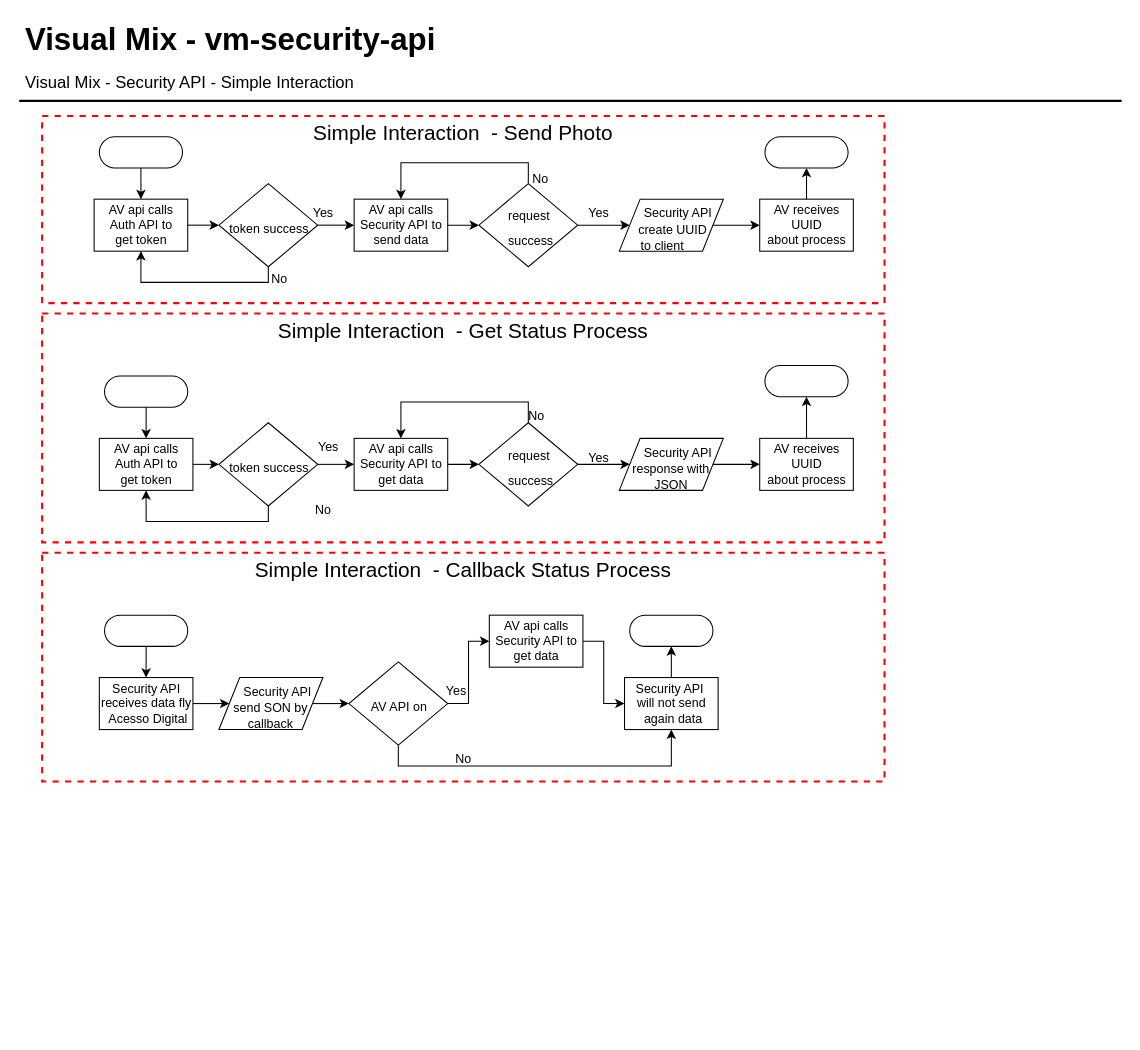
This is page "Simple Interaction" (2 of 5) of vm-security.drawio from Wiu0/diagram, a draw.io file, before an edit. Source tidied: cells renumbered, new cells numbered last; positions are measured from the earlier drawing's top-left corner, leaving out a move shared by most shapes. Both pictures are drawn from the tidied source at 104%, with x=0, y=0 at pixel (19, 18).
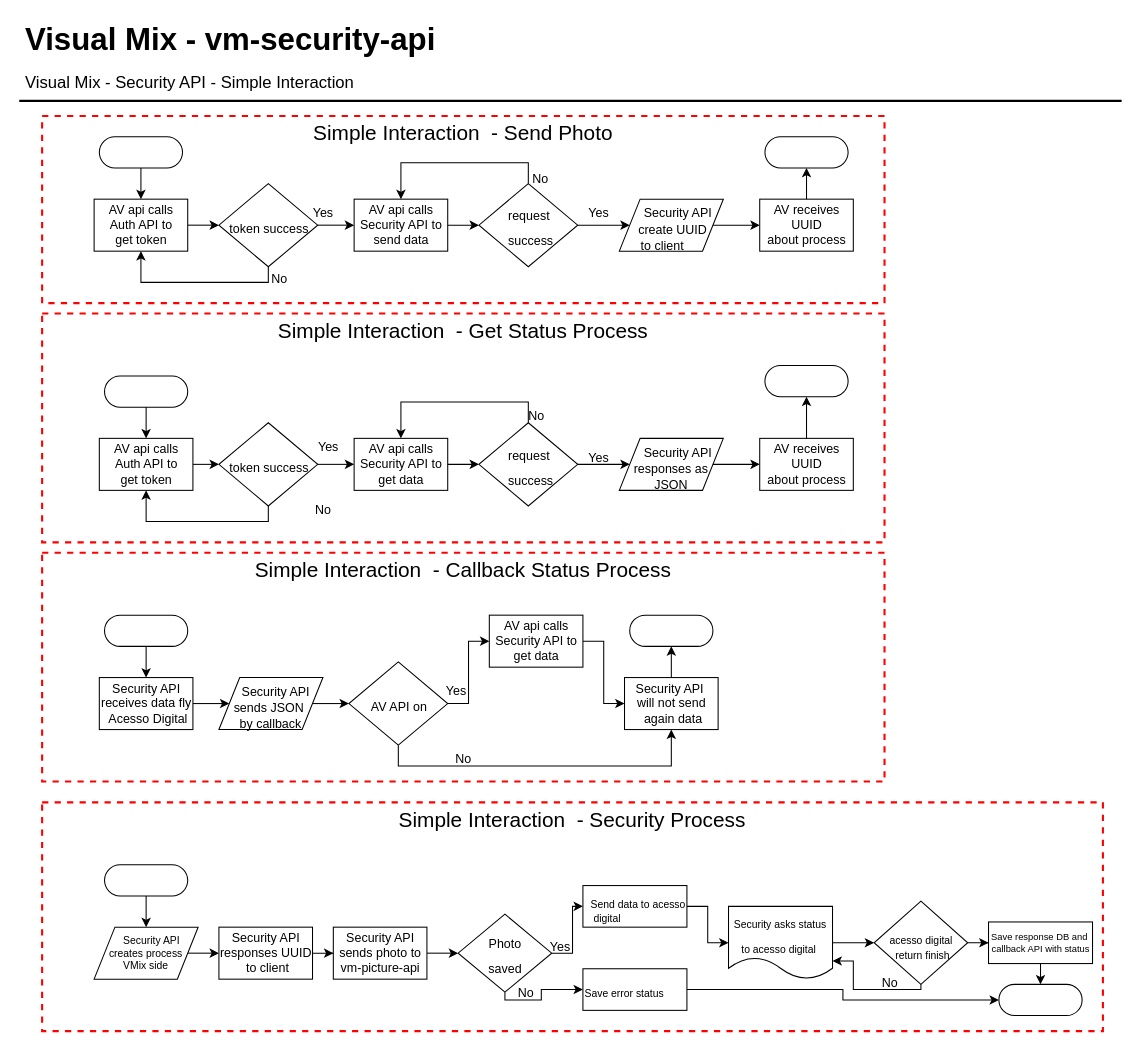
The same diagram, later.

Unchanged cells that the change refers to:
```xml
<mxCell id="30" value="Simple Interaction &amp;nbsp;- Get Status Process" style="fontStyle=0;verticalAlign=top;align=center;spacingTop=-2;fillColor=none;rounded=0;whiteSpace=wrap;html=1;strokeColor=#FF0000;strokeWidth=2;dashed=1;fontSize=20;" parent="1" vertex="1">
  <mxGeometry x="22" y="284" width="810" height="220" as="geometry" />
</mxCell>
<mxCell id="52" value="Simple Interaction &amp;nbsp;- Callback Status Process" style="fontStyle=0;verticalAlign=top;align=center;spacingTop=-2;fillColor=none;rounded=0;whiteSpace=wrap;html=1;strokeColor=#FF0000;strokeWidth=2;dashed=1;fontSize=20;" parent="1" vertex="1">
  <mxGeometry x="22" y="514" width="810" height="220" as="geometry" />
</mxCell>
```

Diff of the diagram source:
```diff
@@
-    <mxCell id="34" value="&lt;div&gt;&lt;span style=&quot;font-size: 12px&quot;&gt;&amp;nbsp; &amp;nbsp; Security API&lt;/span&gt;&lt;/div&gt;&lt;font style=&quot;font-size: 12px&quot;&gt;&lt;div&gt;response with JSON&lt;/div&gt;&lt;/font&gt;" style="shape=parallelogram;perimeter=parallelogramPerimeter;whiteSpace=wrap;html=1;dashed=0;fontSize=20;align=center;" parent="30" vertex="1">
+    <mxCell id="34" value="&lt;div&gt;&lt;span style=&quot;font-size: 12px&quot;&gt;&amp;nbsp; &amp;nbsp; Security API&lt;/span&gt;&lt;/div&gt;&lt;font style=&quot;font-size: 12px&quot;&gt;&lt;div&gt;responses as JSON&lt;/div&gt;&lt;/font&gt;" style="shape=parallelogram;perimeter=parallelogramPerimeter;whiteSpace=wrap;html=1;dashed=0;fontSize=20;align=center;" parent="30" vertex="1">
       <mxGeometry x="555" y="120" width="100" height="50" as="geometry" />
     </mxCell>
@@
-    <mxCell id="55" value="&lt;div&gt;&lt;span style=&quot;font-size: 12px&quot;&gt;&amp;nbsp; &amp;nbsp; Security API&lt;/span&gt;&lt;/div&gt;&lt;font style=&quot;font-size: 12px&quot;&gt;&lt;div&gt;send SON by callback&lt;/div&gt;&lt;/font&gt;" style="shape=parallelogram;perimeter=parallelogramPerimeter;whiteSpace=wrap;html=1;dashed=0;fontSize=20;align=center;" parent="52" vertex="1">
+    <mxCell id="55" value="&lt;div&gt;&lt;span style=&quot;font-size: 12px&quot;&gt;&amp;nbsp; &amp;nbsp;Security API&lt;/span&gt;&lt;/div&gt;&lt;font style=&quot;font-size: 12px&quot;&gt;&lt;div&gt;sends JSON&amp;nbsp;&lt;/div&gt;&lt;div&gt;by callback&lt;/div&gt;&lt;/font&gt;" style="shape=parallelogram;perimeter=parallelogramPerimeter;whiteSpace=wrap;html=1;dashed=0;fontSize=20;align=center;" parent="52" vertex="1">
       <mxGeometry x="170" y="120" width="100" height="50" as="geometry" />
     </mxCell>
@@
+    <mxCell id="69" value="Simple Interaction &amp;nbsp;- Security Process" style="fontStyle=0;verticalAlign=top;align=center;spacingTop=-2;fillColor=none;rounded=0;whiteSpace=wrap;html=1;strokeColor=#FF0000;strokeWidth=2;dashed=1;fontSize=20;" parent="1" vertex="1">
+      <mxGeometry x="22" y="754" width="1020" height="220" as="geometry" />
+    </mxCell>
+    <mxCell id="70" style="html=1;dashed=0;whitespace=wrap;shape=mxgraph.dfd.start;" parent="69" vertex="1">
+      <mxGeometry x="920" y="175" width="80" height="30" as="geometry" />
+    </mxCell>
+    <mxCell id="71" style="edgeStyle=orthogonalEdgeStyle;rounded=0;jettySize=auto;html=1;exitX=1;exitY=0.5;exitDx=0;exitDy=0;entryX=0;entryY=0.5;entryDx=0;entryDy=0;fontSize=20;" parent="69" edge="1" source="72" target="76">
+      <mxGeometry relative="1" as="geometry" />
+    </mxCell>
+    <mxCell id="72" value="&lt;div style=&quot;font-size: 10px&quot;&gt;&lt;font style=&quot;font-size: 10px&quot;&gt;&lt;br&gt;&lt;/font&gt;&lt;/div&gt;&lt;div style=&quot;font-size: 10px&quot;&gt;&lt;font style=&quot;font-size: 10px&quot;&gt;&amp;nbsp; &amp;nbsp; Security API&lt;/font&gt;&lt;/div&gt;&lt;font style=&quot;font-size: 10px&quot;&gt;&lt;div&gt;&lt;font style=&quot;font-size: 10px&quot;&gt;creates process&lt;/font&gt;&lt;/div&gt;&lt;div&gt;&lt;font style=&quot;font-size: 10px&quot;&gt;VMix side&lt;/font&gt;&lt;/div&gt;&lt;div&gt;&lt;br&gt;&lt;/div&gt;&lt;/font&gt;" style="shape=parallelogram;perimeter=parallelogramPerimeter;whiteSpace=wrap;html=1;dashed=0;fontSize=20;align=center;" parent="69" vertex="1">
+      <mxGeometry x="50" y="120" width="100" height="50" as="geometry" />
+    </mxCell>
+    <mxCell id="73" style="html=1;dashed=0;whitespace=wrap;shape=mxgraph.dfd.start;" parent="69" vertex="1">
+      <mxGeometry x="60" y="60" width="80" height="30" as="geometry" />
+    </mxCell>
+    <mxCell id="74" style="edgeStyle=orthogonalEdgeStyle;rounded=0;jettySize=auto;html=1;exitX=0.5;exitY=0.5;exitDx=0;exitDy=15;exitPerimeter=0;" parent="69" edge="1" source="73" target="72">
+      <mxGeometry relative="1" as="geometry" />
+    </mxCell>
+    <mxCell id="75" style="edgeStyle=orthogonalEdgeStyle;rounded=0;jettySize=auto;html=1;exitX=1;exitY=0.5;exitDx=0;exitDy=0;fontSize=20;" parent="69" edge="1" source="76" target="78">
+      <mxGeometry relative="1" as="geometry" />
+    </mxCell>
+    <mxCell id="76" value="Security API&lt;br&gt;responses UUID&lt;br&gt;&amp;nbsp;to client" style="html=1;dashed=0;whitespace=wrap;" parent="69" vertex="1">
+      <mxGeometry x="170" y="120" width="90" height="50" as="geometry" />
+    </mxCell>
+    <mxCell id="77" style="edgeStyle=orthogonalEdgeStyle;rounded=0;jettySize=auto;html=1;exitX=1;exitY=0.5;exitDx=0;exitDy=0;entryX=0;entryY=0.5;entryDx=0;entryDy=0;fontSize=20;" parent="69" edge="1" source="78" target="81">
+      <mxGeometry relative="1" as="geometry" />
+    </mxCell>
+    <mxCell id="78" value="Security API&lt;br&gt;sends photo to &lt;br&gt;vm-picture-api" style="html=1;dashed=0;whitespace=wrap;" parent="69" vertex="1">
+      <mxGeometry x="280" y="120" width="90" height="50" as="geometry" />
+    </mxCell>
+    <mxCell id="79" style="edgeStyle=orthogonalEdgeStyle;rounded=0;jettySize=auto;html=1;exitX=1;exitY=0.5;exitDx=0;exitDy=0;entryX=0;entryY=0.5;entryDx=0;entryDy=0;fontSize=20;" parent="69" edge="1" source="81" target="83">
+      <mxGeometry relative="1" as="geometry" />
+    </mxCell>
+    <mxCell id="80" style="edgeStyle=orthogonalEdgeStyle;rounded=0;jettySize=auto;html=1;exitX=0.5;exitY=1;exitDx=0;exitDy=0;entryX=0;entryY=0.5;entryDx=0;entryDy=0;fontSize=20;" parent="69" edge="1" source="81" target="85">
+      <mxGeometry relative="1" as="geometry">
+        <Array as="points">
+          <mxPoint x="445" y="190" />
+          <mxPoint x="480" y="190" />
+          <mxPoint x="480" y="180" />
+        </Array>
+      </mxGeometry>
+    </mxCell>
+    <mxCell id="81" value="&lt;span style=&quot;font-size: 12px&quot;&gt;Photo &lt;br&gt;saved&lt;/span&gt;" style="shape=rhombus;html=1;dashed=0;whitespace=wrap;perimeter=rhombusPerimeter;fontSize=20;" parent="69" vertex="1">
+      <mxGeometry x="400" y="107.5" width="90" height="75" as="geometry" />
+    </mxCell>
+    <mxCell id="82" style="edgeStyle=orthogonalEdgeStyle;rounded=0;jettySize=auto;html=1;exitX=1;exitY=0.5;exitDx=0;exitDy=0;fontSize=20;" parent="69" edge="1" source="83" target="91">
+      <mxGeometry relative="1" as="geometry" />
+    </mxCell>
+    <mxCell id="83" value="&lt;div style=&quot;text-align: justify&quot;&gt;&lt;span style=&quot;font-size: 10px&quot;&gt;Send data to acesso&lt;/span&gt;&lt;/div&gt;&lt;font style=&quot;font-size: 10px&quot;&gt;&lt;div style=&quot;text-align: justify&quot;&gt;&amp;nbsp;digital&lt;/div&gt;&lt;/font&gt;" style="html=1;dashed=0;whitespace=wrap;fontSize=20;align=right;" parent="69" vertex="1">
+      <mxGeometry x="520" y="80" width="100" height="40" as="geometry" />
+    </mxCell>
+    <mxCell id="84" style="edgeStyle=orthogonalEdgeStyle;rounded=0;jettySize=auto;html=1;exitX=1;exitY=0.5;exitDx=0;exitDy=0;fontSize=20;" parent="69" edge="1" source="85" target="70">
+      <mxGeometry relative="1" as="geometry" />
+    </mxCell>
+    <mxCell id="85" value="&lt;div&gt;&lt;font size=&quot;1&quot;&gt;Save error status&lt;/font&gt;&lt;/div&gt;" style="html=1;dashed=0;whitespace=wrap;fontSize=20;align=left;" parent="69" vertex="1">
+      <mxGeometry x="520" y="160" width="100" height="40" as="geometry" />
+    </mxCell>
+    <mxCell id="86" value="&lt;font style=&quot;font-size: 12px&quot;&gt;Yes&lt;/font&gt;" style="text;html=1;align=center;verticalAlign=middle;fontSize=20;" parent="69" vertex="1">
+      <mxGeometry x="478" y="120" width="40" height="30" as="geometry" />
+    </mxCell>
+    <mxCell id="87" value="&lt;font style=&quot;font-size: 12px&quot;&gt;No&lt;/font&gt;" style="text;html=1;align=center;verticalAlign=middle;fontSize=20;" parent="69" vertex="1">
+      <mxGeometry x="450" y="165" width="30" height="30" as="geometry" />
+    </mxCell>
+    <mxCell id="88" style="edgeStyle=orthogonalEdgeStyle;rounded=0;jettySize=auto;html=1;exitX=0.5;exitY=1;exitDx=0;exitDy=0;entryX=1;entryY=0.75;entryDx=0;entryDy=0;fontSize=20;" parent="69" edge="1" source="89" target="91">
+      <mxGeometry relative="1" as="geometry">
+        <Array as="points">
+          <mxPoint x="845" y="180" />
+          <mxPoint x="780" y="180" />
+          <mxPoint x="780" y="153" />
+        </Array>
+      </mxGeometry>
+    </mxCell>
+    <mxCell id="89" value="&lt;div&gt;&lt;span style=&quot;font-size: 10px&quot;&gt;acesso&amp;nbsp;&lt;/span&gt;&lt;span style=&quot;font-size: 10px&quot;&gt;digital&lt;/span&gt;&lt;/div&gt;&lt;span style=&quot;font-size: 10px&quot;&gt;&lt;div&gt;&lt;div&gt;&amp;nbsp;return finish&lt;/div&gt;&lt;/div&gt;&lt;/span&gt;" style="shape=rhombus;html=1;dashed=0;whitespace=wrap;perimeter=rhombusPerimeter;fontSize=20;align=center;" parent="69" vertex="1">
+      <mxGeometry x="800" y="95" width="90" height="80" as="geometry" />
+    </mxCell>
+    <mxCell id="90" style="edgeStyle=orthogonalEdgeStyle;rounded=0;jettySize=auto;html=1;exitX=1;exitY=0.5;exitDx=0;exitDy=0;fontSize=20;" parent="69" edge="1" source="91" target="89">
+      <mxGeometry relative="1" as="geometry" />
+    </mxCell>
+    <mxCell id="91" value="&lt;font style=&quot;font-size: 10px&quot;&gt;Security asks status to acesso digital&amp;nbsp;&lt;/font&gt;" style="shape=document;whiteSpace=wrap;html=1;boundedLbl=1;dashed=0;flipH=1;fontSize=20;" parent="69" vertex="1">
+      <mxGeometry x="660" y="100" width="100" height="70" as="geometry" />
+    </mxCell>
+    <mxCell id="92" value="&lt;font style=&quot;font-size: 12px&quot;&gt;No&lt;/font&gt;" style="text;html=1;align=center;verticalAlign=middle;fontSize=20;" parent="69" vertex="1">
+      <mxGeometry x="800" y="155" width="30" height="30" as="geometry" />
+    </mxCell>
+    <mxCell id="93" style="edgeStyle=orthogonalEdgeStyle;rounded=0;jettySize=auto;html=1;exitX=0.5;exitY=1;exitDx=0;exitDy=0;entryX=0.5;entryY=0.5;entryDx=0;entryDy=-15;entryPerimeter=0;fontSize=20;" parent="69" edge="1" source="94" target="70">
+      <mxGeometry relative="1" as="geometry" />
+    </mxCell>
+    <mxCell id="94" value="&lt;div style=&quot;font-size: 9px&quot;&gt;&lt;font style=&quot;font-size: 9px&quot;&gt;Save response DB&amp;nbsp;and&amp;nbsp;&lt;/font&gt;&lt;/div&gt;&lt;div style=&quot;font-size: 9px&quot;&gt;&lt;font style=&quot;font-size: 9px&quot;&gt;callback API with status&lt;/font&gt;&lt;/div&gt;" style="html=1;dashed=0;whitespace=wrap;fontSize=20;align=center;" parent="69" vertex="1">
+      <mxGeometry x="910" y="115" width="100" height="40" as="geometry" />
+    </mxCell>
+    <mxCell id="95" style="edgeStyle=orthogonalEdgeStyle;rounded=0;jettySize=auto;html=1;exitX=1;exitY=0.5;exitDx=0;exitDy=0;fontSize=20;" parent="69" edge="1" source="89" target="94">
+      <mxGeometry relative="1" as="geometry" />
+    </mxCell>
```
